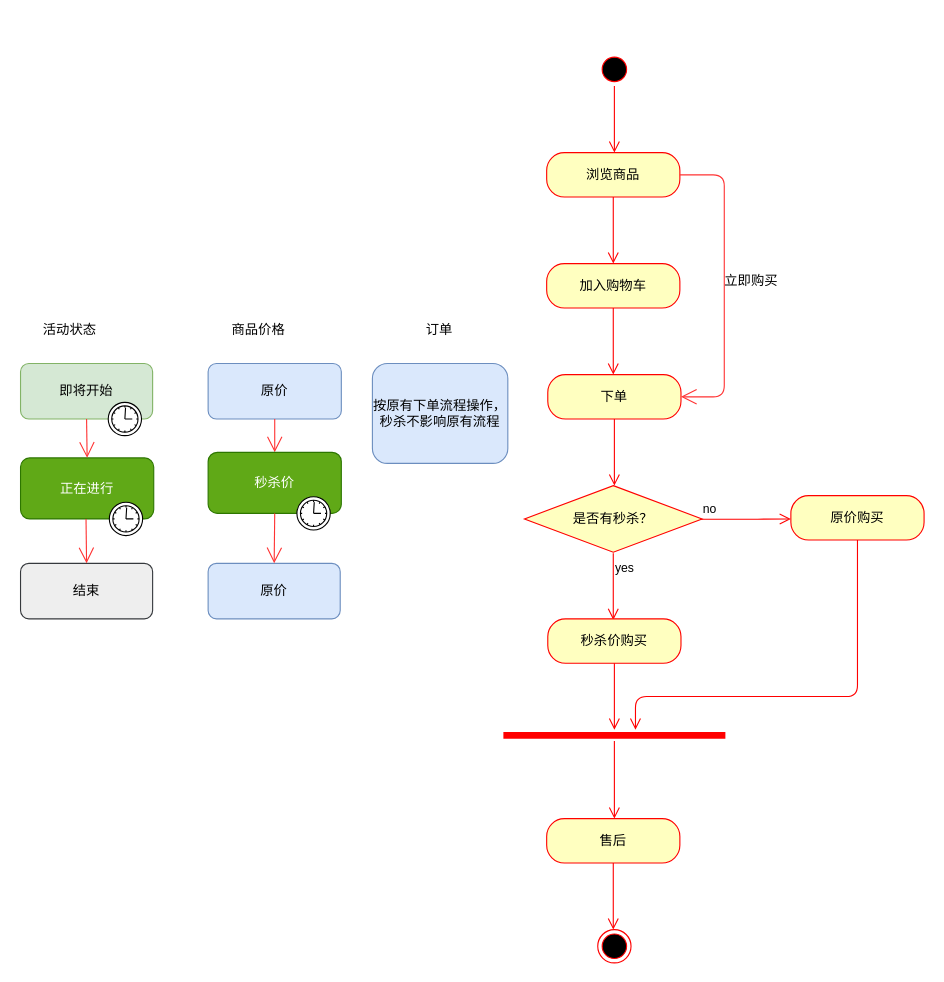
The draw.io diagram seckill.drawio in evahsiao/workflow, before the edit. Source tidied: cells renumbered, new cells numbered last; positions are measured from the earlier drawing's top-left corner, leaving out a move shared by most shapes. Both pictures are drawn from the tidied source at 111%, with x=0, y=0 at pixel (19, 52).
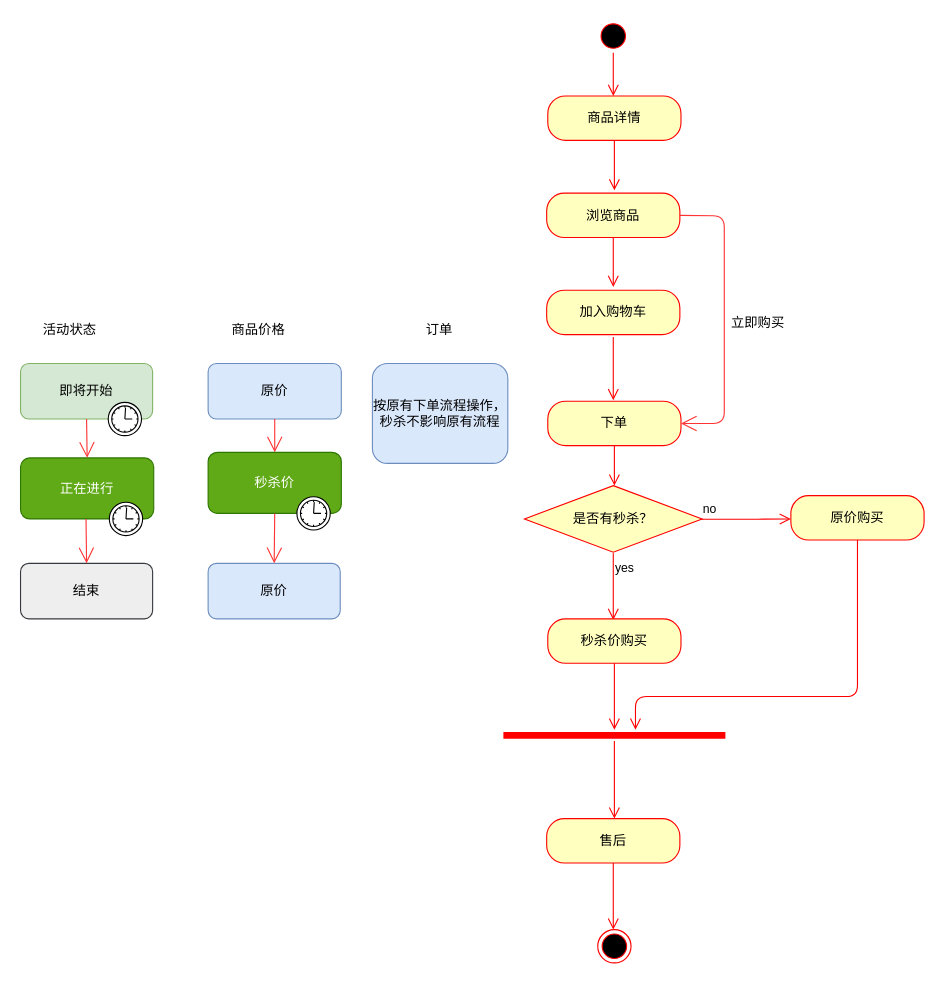
After the change.

Change to the diagram source:
```diff
@@
     <mxCell id="2" style="ellipse;html=1;shape=startState;fillColor=#000000;strokeColor=#ff0000;" parent="1" vertex="1">
-      <mxGeometry x="521" width="30" height="30" as="geometry" />
+      <mxGeometry x="520" y="-30" width="30" height="30" as="geometry" />
     </mxCell>
     <mxCell id="3" style="edgeStyle=orthogonalEdgeStyle;html=1;verticalAlign=bottom;endArrow=open;endSize=8;strokeColor=#ff0000;" parent="1" edge="1" source="2">
       <mxGeometry relative="1" as="geometry">
-        <mxPoint x="536" y="90" as="targetPoint" />
+        <mxPoint x="535" y="39" as="targetPoint" />
       </mxGeometry>
     </mxCell>
@@
     <mxCell id="5" value="浏览商品" style="rounded=1;whiteSpace=wrap;html=1;arcSize=40;fontColor=#000000;fillColor=#ffffc0;strokeColor=#ff0000;" parent="1" vertex="1">
-      <mxGeometry x="475" y="90" width="120" height="40" as="geometry" />
+      <mxGeometry x="475" y="126.5" width="120" height="40" as="geometry" />
     </mxCell>
-    <mxCell id="6" style="edgeStyle=orthogonalEdgeStyle;html=1;verticalAlign=bottom;endArrow=open;endSize=8;strokeColor=#ff0000;" parent="1" edge="1" source="5">
+    <mxCell id="6" style="edgeStyle=orthogonalEdgeStyle;html=1;verticalAlign=bottom;endArrow=open;endSize=8;strokeColor=#ff0000;exitX=0.5;exitY=1;exitDx=0;exitDy=0;" parent="1" edge="1" source="5">
       <mxGeometry relative="1" as="geometry">
-        <mxPoint x="535" y="190" as="targetPoint" />
+        <mxPoint x="535" y="211" as="targetPoint" />
       </mxGeometry>
     </mxCell>
@@
     <mxCell id="10" value="加入购物车" style="rounded=1;whiteSpace=wrap;html=1;arcSize=40;fontColor=#000000;fillColor=#ffffc0;strokeColor=#ff0000;" parent="1" vertex="1">
-      <mxGeometry x="475" y="190" width="120" height="40" as="geometry" />
+      <mxGeometry x="475" y="214" width="120" height="40" as="geometry" />
     </mxCell>
-    <mxCell id="11" style="edgeStyle=orthogonalEdgeStyle;html=1;verticalAlign=bottom;endArrow=open;endSize=8;strokeColor=#ff0000;" parent="1" edge="1" source="10">
+    <mxCell id="11" style="edgeStyle=orthogonalEdgeStyle;html=1;verticalAlign=bottom;endArrow=open;endSize=8;strokeColor=#ff0000;exitX=0.5;exitY=1;exitDx=0;exitDy=0;" parent="1" edge="1">
       <mxGeometry relative="1" as="geometry">
-        <mxPoint x="535" y="290" as="targetPoint" />
+        <mxPoint x="535" y="256" as="sourcePoint" />
+        <mxPoint x="535" y="313" as="targetPoint" />
       </mxGeometry>
     </mxCell>
     <mxCell id="12" value="下单" style="rounded=1;whiteSpace=wrap;html=1;arcSize=40;fontColor=#000000;fillColor=#ffffc0;strokeColor=#ff0000;" parent="1" vertex="1">
-      <mxGeometry x="476" y="290" width="120" height="40" as="geometry" />
+      <mxGeometry x="476" y="314" width="120" height="40" as="geometry" />
     </mxCell>
@@
-    <mxCell id="14" style="endArrow=open;endFill=1;endSize=12;html=1;strokeColor=#FF3333;entryX=1;entryY=0.5;entryDx=0;entryDy=0;" parent="1" edge="1" target="12">
+    <mxCell id="14" style="endArrow=open;endFill=1;endSize=12;html=1;strokeColor=#FF3333;entryX=1;entryY=0.5;entryDx=0;entryDy=0;exitX=1;exitY=0.5;exitDx=0;exitDy=0;" parent="1" edge="1" source="5" target="12">
       <mxGeometry relative="1" as="geometry">
-        <mxPoint x="595" y="110" as="sourcePoint" />
         <Array as="points">
-          <mxPoint x="635" y="110" />
-          <mxPoint x="635" y="310" />
+          <mxPoint x="635" y="147" />
+          <mxPoint x="635" y="334" />
         </Array>
       </mxGeometry>
     </mxCell>
     <mxCell id="15" value="立即购买" style="text;html=1;align=center;verticalAlign=middle;" parent="1" vertex="1">
-      <mxGeometry x="614" y="196" width="90" height="20" as="geometry" />
+      <mxGeometry x="620" y="234" width="90" height="20" as="geometry" />
     </mxCell>
@@
+    <mxCell id="41" value="商品详情" style="rounded=1;whiteSpace=wrap;html=1;arcSize=40;fontColor=#000000;fillColor=#ffffc0;strokeColor=#ff0000;" parent="1" vertex="1">
+      <mxGeometry x="476" y="39" width="120" height="40" as="geometry" />
+    </mxCell>
+    <mxCell id="42" style="edgeStyle=orthogonalEdgeStyle;html=1;verticalAlign=bottom;endArrow=open;endSize=8;strokeColor=#ff0000;" parent="1" edge="1" source="41">
+      <mxGeometry relative="1" as="geometry">
+        <mxPoint x="536" y="124" as="targetPoint" />
+      </mxGeometry>
+    </mxCell>
```
